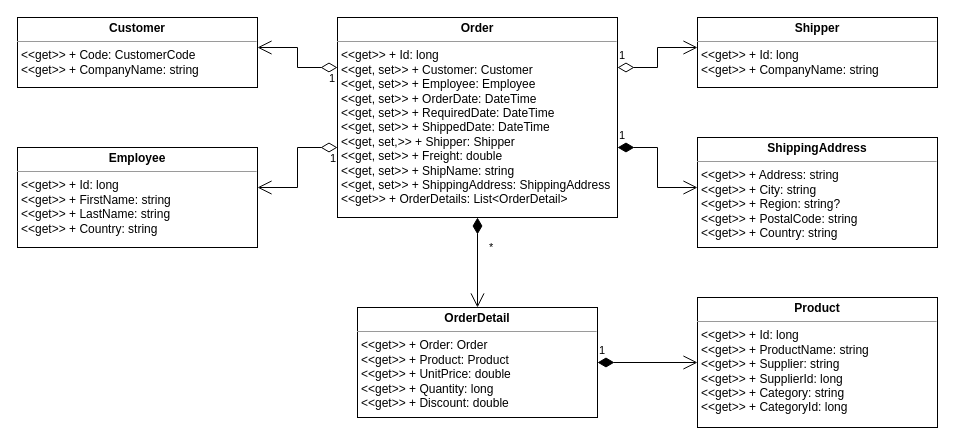
Earlier version of the draw.io diagram page "order-class-diagram" (2 of 2) of images/diagrams.drawio (sgorgun/northwind-order-repository-adonet). Source tidied: cells renumbered, new cells numbered last; positions are measured from the earlier drawing's top-left corner, leaving out a move shared by most shapes. Both pictures are drawn from the tidied source at 100%, with x=0, y=0 at pixel (17, 17).
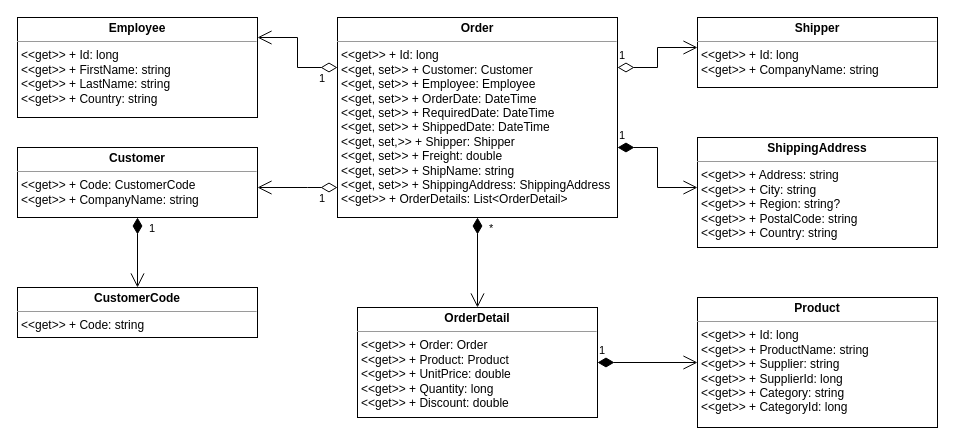
The same page after the edit.

The change refers to these unchanged cells:
```xml
<mxCell id="2" value="&lt;p style=&quot;margin:0px;margin-top:4px;text-align:center;&quot;&gt;&lt;b&gt;Order&lt;/b&gt;&lt;/p&gt;&lt;hr size=&quot;1&quot;&gt;&lt;p style=&quot;margin:0px;margin-left:4px;&quot;&gt;&amp;lt;&amp;lt;get&amp;gt;&amp;gt; + Id: long&lt;/p&gt;&lt;p style=&quot;margin:0px;margin-left:4px;&quot;&gt;&amp;lt;&amp;lt;get, set&amp;gt;&amp;gt; + Customer: Customer&lt;/p&gt;&lt;p style=&quot;margin:0px;margin-left:4px;&quot;&gt;&lt;span style=&quot;background-color: initial;&quot;&gt;&amp;lt;&amp;lt;get, set&amp;gt;&amp;gt; + Employee: Employee&lt;br&gt;&lt;/span&gt;&lt;/p&gt;&lt;p style=&quot;margin:0px;margin-left:4px;&quot;&gt;&amp;lt;&amp;lt;get, set&amp;gt;&amp;gt; + OrderDate: DateTime&lt;span style=&quot;background-color: initial;&quot;&gt;&lt;br&gt;&lt;/span&gt;&lt;/p&gt;&lt;p style=&quot;margin:0px;margin-left:4px;&quot;&gt;&amp;lt;&amp;lt;get, set&amp;gt;&amp;gt; + RequiredDate: DateTime&lt;br&gt;&lt;/p&gt;&lt;p style=&quot;margin:0px;margin-left:4px;&quot;&gt;&amp;lt;&amp;lt;get, set&amp;gt;&amp;gt; + ShippedDate: DateTime&lt;/p&gt;&lt;p style=&quot;margin:0px;margin-left:4px;&quot;&gt;&amp;lt;&amp;lt;get, set,&amp;gt;&amp;gt; +&amp;nbsp;Shipper: Shipper&lt;br style=&quot;border-color: var(--border-color);&quot;&gt;&amp;lt;&amp;lt;get, set&amp;gt;&amp;gt; + Freight: double&lt;br style=&quot;border-color: var(--border-color);&quot;&gt;&amp;lt;&amp;lt;get, set&amp;gt;&amp;gt; + ShipName: string&lt;br style=&quot;border-color: var(--border-color);&quot;&gt;&amp;lt;&amp;lt;get, set&amp;gt;&amp;gt; + ShippingAddress: ShippingAddress&lt;br style=&quot;border-color: var(--border-color);&quot;&gt;&lt;/p&gt;&lt;p style=&quot;margin:0px;margin-left:4px;&quot;&gt;&amp;lt;&amp;lt;get&amp;gt;&amp;gt; + OrderDetails: List&amp;lt;OrderDetail&amp;gt;&lt;/p&gt;" style="verticalAlign=top;align=left;overflow=fill;fontSize=12;fontFamily=Helvetica;html=1;whiteSpace=wrap;" parent="1" vertex="1">
  <mxGeometry x="320" width="280" height="200" as="geometry" />
</mxCell>
<mxCell id="7" value="&lt;p style=&quot;margin:0px;margin-top:4px;text-align:center;&quot;&gt;&lt;b&gt;OrderDetail&lt;/b&gt;&lt;br&gt;&lt;/p&gt;&lt;hr size=&quot;1&quot;&gt;&lt;p style=&quot;margin:0px;margin-left:4px;&quot;&gt;&amp;lt;&amp;lt;get&amp;gt;&amp;gt; + Order: Order&lt;/p&gt;&lt;p style=&quot;margin:0px;margin-left:4px;&quot;&gt;&amp;lt;&amp;lt;get&amp;gt;&amp;gt; + Product: Product&lt;/p&gt;&lt;p style=&quot;margin:0px;margin-left:4px;&quot;&gt;&amp;lt;&amp;lt;get&amp;gt;&amp;gt; + UnitPrice: double&lt;br&gt;&lt;/p&gt;&lt;p style=&quot;margin:0px;margin-left:4px;&quot;&gt;&amp;lt;&amp;lt;get&amp;gt;&amp;gt; + Quantity: long&lt;br&gt;&lt;/p&gt;&lt;p style=&quot;margin:0px;margin-left:4px;&quot;&gt;&amp;lt;&amp;lt;get&amp;gt;&amp;gt; + Discount: double&lt;/p&gt;" style="verticalAlign=top;align=left;overflow=fill;fontSize=12;fontFamily=Helvetica;html=1;whiteSpace=wrap;" parent="1" vertex="1">
  <mxGeometry x="340" y="290" width="240" height="110" as="geometry" />
</mxCell>
```

The edit, as a diff of the source:
```diff
@@
     <mxCell id="3" value="&lt;p style=&quot;margin:0px;margin-top:4px;text-align:center;&quot;&gt;&lt;b&gt;Customer&lt;/b&gt;&lt;/p&gt;&lt;hr size=&quot;1&quot;&gt;&lt;p style=&quot;margin:0px;margin-left:4px;&quot;&gt;&amp;lt;&amp;lt;get&amp;gt;&amp;gt; + Code: CustomerCode&lt;/p&gt;&lt;p style=&quot;margin:0px;margin-left:4px;&quot;&gt;&amp;lt;&amp;lt;get&amp;gt;&amp;gt; + CompanyName: string&lt;/p&gt;" style="verticalAlign=top;align=left;overflow=fill;fontSize=12;fontFamily=Helvetica;html=1;whiteSpace=wrap;" parent="1" vertex="1">
-      <mxGeometry width="240" height="70" as="geometry" />
+      <mxGeometry y="130" width="240" height="70" as="geometry" />
     </mxCell>
     <mxCell id="4" value="&lt;p style=&quot;margin:0px;margin-top:4px;text-align:center;&quot;&gt;&lt;b&gt;Employee&lt;/b&gt;&lt;/p&gt;&lt;hr size=&quot;1&quot;&gt;&lt;p style=&quot;margin:0px;margin-left:4px;&quot;&gt;&amp;lt;&amp;lt;get&amp;gt;&amp;gt; + Id: long&lt;/p&gt;&lt;p style=&quot;margin:0px;margin-left:4px;&quot;&gt;&amp;lt;&amp;lt;get&amp;gt;&amp;gt; + FirstName: string&lt;/p&gt;&lt;p style=&quot;margin:0px;margin-left:4px;&quot;&gt;&amp;lt;&amp;lt;get&amp;gt;&amp;gt; + LastName: string&lt;br&gt;&lt;/p&gt;&lt;p style=&quot;margin:0px;margin-left:4px;&quot;&gt;&amp;lt;&amp;lt;get&amp;gt;&amp;gt; + Country: string&lt;br&gt;&lt;/p&gt;" style="verticalAlign=top;align=left;overflow=fill;fontSize=12;fontFamily=Helvetica;html=1;whiteSpace=wrap;" parent="1" vertex="1">
-      <mxGeometry y="130" width="240" height="100" as="geometry" />
+      <mxGeometry width="240" height="100" as="geometry" />
     </mxCell>
@@
     <mxCell id="8" value="*" style="endArrow=open;html=1;endSize=12;startArrow=diamondThin;startSize=14;startFill=1;edgeStyle=orthogonalEdgeStyle;align=left;verticalAlign=bottom;rounded=0;" parent="1" edge="1" source="2" target="7">
-      <mxGeometry x="-0.14" y="10" relative="1" as="geometry" />
+      <mxGeometry x="-0.56" y="10" relative="1" as="geometry" />
     </mxCell>
@@
     <mxCell id="13" value="1" style="endArrow=open;html=1;endSize=12;startArrow=diamondThin;startSize=14;startFill=0;edgeStyle=orthogonalEdgeStyle;align=left;verticalAlign=bottom;rounded=0;" parent="1" edge="1" source="2" target="3">
-      <mxGeometry x="-0.8" y="20" relative="1" as="geometry">
+      <mxGeometry x="-0.5" y="20" relative="1" as="geometry">
         <Array as="points">
-          <mxPoint x="280" y="50" />
-          <mxPoint x="280" y="30" />
+          <mxPoint x="290" y="170" />
+          <mxPoint x="290" y="170" />
         </Array>
       </mxGeometry>
     </mxCell>
     <mxCell id="14" value="1" style="endArrow=open;html=1;endSize=12;startArrow=diamondThin;startSize=14;startFill=0;edgeStyle=orthogonalEdgeStyle;align=left;verticalAlign=bottom;rounded=0;" parent="1" edge="1" source="2" target="4">
-      <mxGeometry x="-0.85" y="20" relative="1" as="geometry">
+      <mxGeometry x="-0.64" y="20" relative="1" as="geometry">
         <Array as="points">
-          <mxPoint x="280" y="130" />
-          <mxPoint x="280" y="170" />
+          <mxPoint x="280" y="50" />
+          <mxPoint x="280" y="20" />
         </Array>
       </mxGeometry>
     </mxCell>
+    <mxCell id="15" value="&lt;p style=&quot;margin:0px;margin-top:4px;text-align:center;&quot;&gt;&lt;b&gt;CustomerCode&lt;/b&gt;&lt;/p&gt;&lt;hr size=&quot;1&quot;&gt;&lt;p style=&quot;margin:0px;margin-left:4px;&quot;&gt;&amp;lt;&amp;lt;get&amp;gt;&amp;gt; + Code: string&lt;/p&gt;" style="verticalAlign=top;align=left;overflow=fill;fontSize=12;fontFamily=Helvetica;html=1;whiteSpace=wrap;" parent="1" vertex="1">
+      <mxGeometry y="270" width="240" height="50" as="geometry" />
+    </mxCell>
+    <mxCell id="16" value="1" style="endArrow=open;html=1;endSize=12;startArrow=diamondThin;startSize=14;startFill=1;edgeStyle=orthogonalEdgeStyle;align=left;verticalAlign=bottom;rounded=0;" parent="1" edge="1" source="3" target="15">
+      <mxGeometry x="-0.43" y="10" relative="1" as="geometry" />
+    </mxCell>
```
